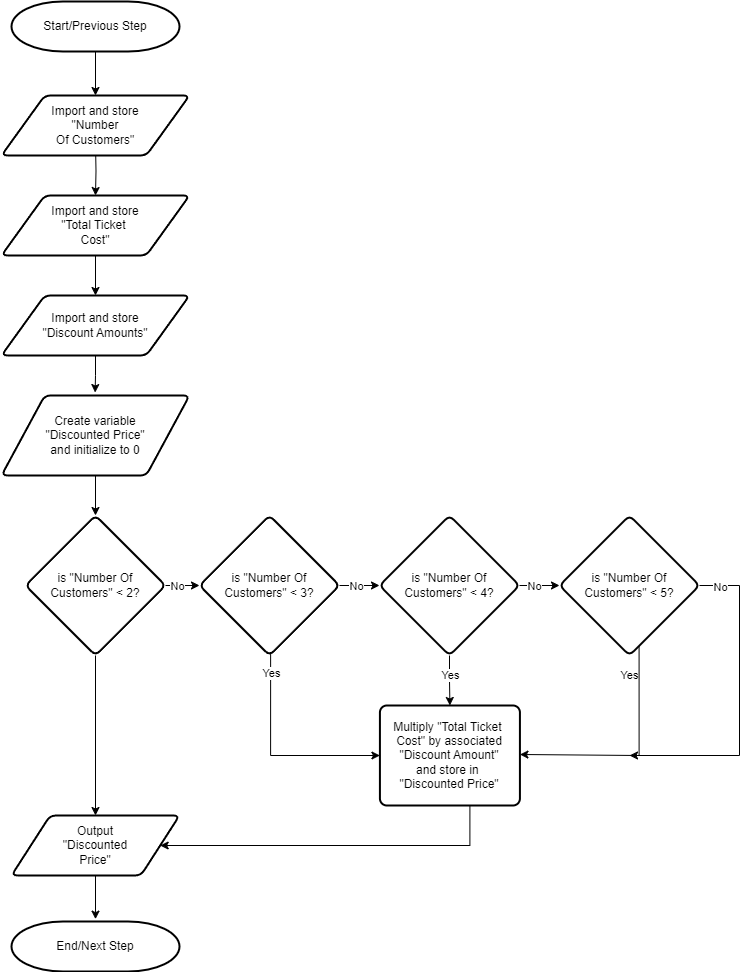
Above: APS145NFF/W5/logic3-Luca Novello_part3.png in lucanovello/Winter-2024 (draw.io), before the change. Source tidied: cells renumbered, new cells last; positions are measured from the earlier drawing's top-left corner, leaving out a move shared by most shapes.
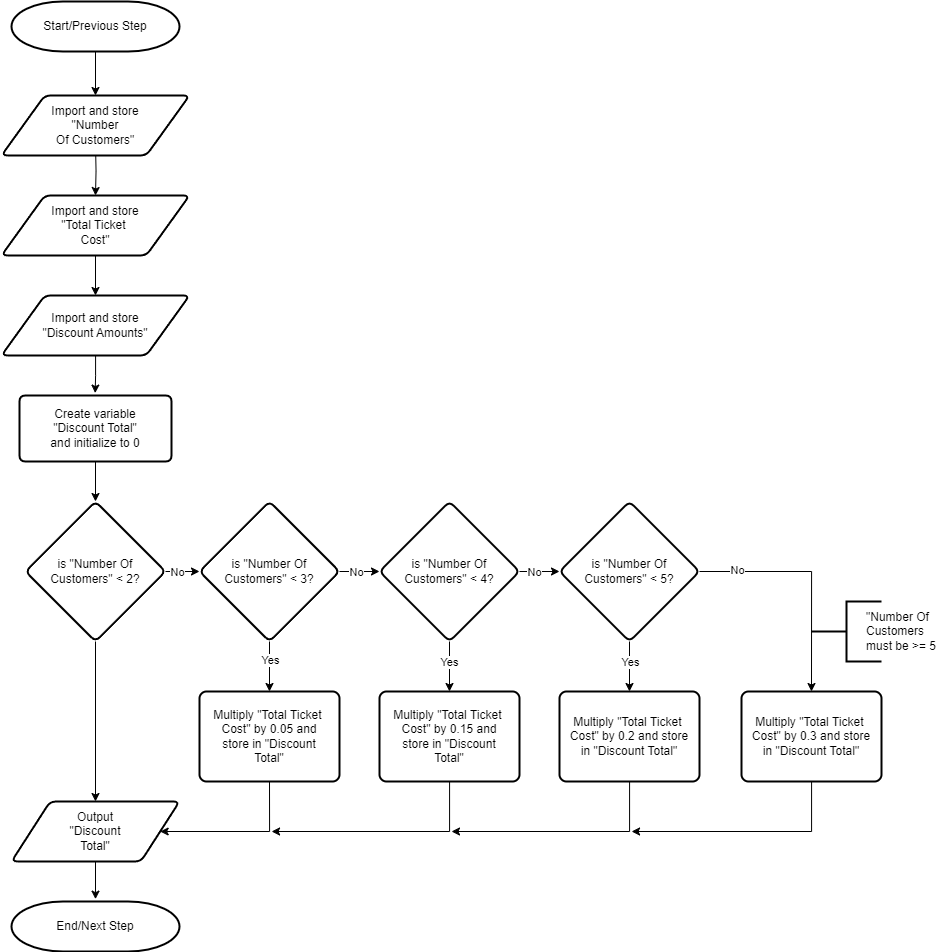
The same diagram one commit later.

Change to the diagram source:
```diff
@@ -31,16 +31,8 @@
       </mxGeometry>
     </mxCell>
     <mxCell id="10" value="&lt;p style=&quot;line-height: 120%;&quot;&gt;&lt;br&gt;is &quot;Number Of Customers&quot; &amp;lt; 2?&lt;br&gt;&amp;nbsp;&lt;/p&gt;" style="rhombus;whiteSpace=wrap;html=1;strokeWidth=2;rounded=1;arcSize=12;verticalAlign=middle;horizontal=1;spacing=20;spacingBottom=5;spacingTop=5;spacingLeft=5;spacingRight=5;" parent="1" vertex="1">
-      <mxGeometry x="24" y="514" width="140" height="140" as="geometry" />
+      <mxGeometry x="24" y="500" width="140" height="140" as="geometry" />
     </mxCell>
-    <mxCell id="11" style="edgeStyle=orthogonalEdgeStyle;rounded=0;jettySize=auto;html=1;spacing=12;spacingTop=5;spacingBottom=5;spacingLeft=5;spacingRight=5;entryX=0.5;entryY=0;entryDx=0;entryDy=0;" parent="1" edge="1" source="15" target="31">
-      <mxGeometry relative="1" as="geometry" />
-    </mxCell>
-    <mxCell id="12" value="Yes" style="edgeLabel;html=1;align=center;verticalAlign=middle;spacing=12;spacingTop=5;spacingBottom=5;spacingLeft=5;spacingRight=5;" parent="11" vertex="1">
-      <mxGeometry x="-0.16" y="1" relative="1" as="geometry">
-        <mxPoint x="-1" y="-2" as="offset" />
-      </mxGeometry>
-    </mxCell>
     <mxCell id="13" style="edgeStyle=orthogonalEdgeStyle;rounded=0;jettySize=auto;html=1;entryX=0;entryY=0.5;entryDx=0;entryDy=0;spacing=12;spacingTop=5;spacingBottom=5;spacingLeft=5;spacingRight=5;" parent="1" edge="1" source="15" target="20">
       <mxGeometry relative="1" as="geometry" />
     </mxCell>
@@ -49,40 +41,29 @@
         <mxPoint x="-7" as="offset" />
       </mxGeometry>
     </mxCell>
+    <mxCell id="11" style="edgeStyle=orthogonalEdgeStyle;rounded=0;jettySize=auto;html=1;" parent="1" edge="1" source="15" target="31">
+      <mxGeometry relative="1" as="geometry" />
+    </mxCell>
+    <mxCell id="36" value="Yes" style="edgeLabel;html=1;align=center;verticalAlign=middle;" parent="11" vertex="1">
+      <mxGeometry x="-0.19" y="-1" relative="1" as="geometry" />
+    </mxCell>
     <mxCell id="15" value="&lt;p style=&quot;line-height: 120%;&quot;&gt;&lt;br&gt;is &quot;Number Of Customers&quot; &amp;lt; 4?&lt;br&gt;&amp;nbsp;&lt;/p&gt;" style="rhombus;whiteSpace=wrap;html=1;strokeWidth=2;rounded=1;arcSize=12;verticalAlign=middle;horizontal=1;spacing=20;spacingBottom=5;spacingTop=5;spacingLeft=5;spacingRight=5;" parent="1" vertex="1">
-      <mxGeometry x="378" y="514" width="140" height="140" as="geometry" />
+      <mxGeometry x="378" y="500" width="140" height="140" as="geometry" />
     </mxCell>
-    <mxCell id="16" style="edgeStyle=orthogonalEdgeStyle;rounded=0;orthogonalLoop=1;jettySize=auto;html=1;spacing=12;spacingTop=5;spacingBottom=5;spacingLeft=5;spacingRight=5;entryX=1.006;entryY=0.59;entryDx=0;entryDy=0;entryPerimeter=0;" parent="1" edge="1">
-      <mxGeometry relative="1" as="geometry">
-        <mxPoint x="637.6" y="634" as="sourcePoint" />
-        <mxPoint x="518.4" y="753" as="targetPoint" />
-        <Array as="points">
-          <mxPoint x="638" y="754" />
-          <mxPoint x="518" y="754" />
-        </Array>
-      </mxGeometry>
-    </mxCell>
-    <mxCell id="17" value="Yes" style="edgeLabel;html=1;align=center;verticalAlign=middle;spacing=12;spacingTop=5;spacingBottom=5;spacingLeft=5;spacingRight=5;" parent="16" vertex="1">
-      <mxGeometry x="-0.16" y="1" relative="1" as="geometry">
-        <mxPoint x="-11" y="-61" as="offset" />
-      </mxGeometry>
-    </mxCell>
-    <mxCell id="18" style="edgeStyle=orthogonalEdgeStyle;rounded=0;jettySize=auto;html=1;spacing=12;spacingTop=5;spacingBottom=5;spacingLeft=5;spacingRight=5;" parent="1" edge="1" source="20">
-      <mxGeometry relative="1" as="geometry">
-        <mxPoint x="628" y="754" as="targetPoint" />
-        <Array as="points">
-          <mxPoint x="738" y="584" />
-          <mxPoint x="738" y="754" />
-        </Array>
-      </mxGeometry>
-    </mxCell>
+    <mxCell id="37" style="edgeStyle=orthogonalEdgeStyle;rounded=0;jettySize=auto;html=1;" parent="1" edge="1" source="20" target="46">
+      <mxGeometry relative="1" as="geometry" />
+    </mxCell>
+    <mxCell id="38" value="Yes" style="edgeLabel;html=1;align=center;verticalAlign=middle;" parent="37" vertex="1">
+      <mxGeometry x="-0.19" relative="1" as="geometry" />
+    </mxCell>
+    <mxCell id="39" style="edgeStyle=orthogonalEdgeStyle;rounded=0;jettySize=auto;html=1;entryX=0.5;entryY=0;entryDx=0;entryDy=0;" parent="1" edge="1" source="20" target="48">
+      <mxGeometry relative="1" as="geometry" />
+    </mxCell>
-    <mxCell id="19" value="No" style="edgeLabel;html=1;align=center;verticalAlign=middle;spacing=12;spacingTop=5;spacingBottom=5;spacingLeft=5;spacingRight=5;" parent="18" vertex="1">
-      <mxGeometry x="0.07" relative="1" as="geometry">
-        <mxPoint x="-20" y="-130" as="offset" />
-      </mxGeometry>
+    <mxCell id="19" value="No" style="edgeLabel;html=1;align=center;verticalAlign=middle;" parent="39" vertex="1">
+      <mxGeometry x="-0.68" y="2" relative="1" as="geometry" />
     </mxCell>
     <mxCell id="20" value="&lt;p style=&quot;line-height: 120%;&quot;&gt;&lt;br&gt;is &quot;Number Of Customers&quot; &amp;lt; 5?&lt;br&gt;&amp;nbsp;&lt;/p&gt;" style="rhombus;whiteSpace=wrap;html=1;strokeWidth=2;rounded=1;arcSize=12;verticalAlign=middle;horizontal=1;spacing=20;spacingBottom=5;spacingTop=5;spacingLeft=5;spacingRight=5;" parent="1" vertex="1">
-      <mxGeometry x="558" y="514" width="140" height="140" as="geometry" />
+      <mxGeometry x="558" y="500" width="140" height="140" as="geometry" />
     </mxCell>
     <mxCell id="21" style="edgeStyle=orthogonalEdgeStyle;rounded=0;jettySize=auto;html=1;entryX=0;entryY=0.5;entryDx=0;entryDy=0;spacing=12;spacingTop=5;spacingBottom=5;spacingLeft=5;spacingRight=5;" parent="1" edge="1" source="25" target="15">
       <mxGeometry relative="1" as="geometry" />
@@ -92,44 +73,45 @@
         <mxPoint x="-5" as="offset" />
       </mxGeometry>
     </mxCell>
-    <mxCell id="23" style="edgeStyle=orthogonalEdgeStyle;rounded=0;jettySize=auto;html=1;entryX=0;entryY=0.5;entryDx=0;entryDy=0;" parent="1" edge="1" target="31">
-      <mxGeometry relative="1" as="geometry">
-        <mxPoint x="269.1" y="644" as="sourcePoint" />
-        <Array as="points">
-          <mxPoint x="269" y="754" />
-        </Array>
-      </mxGeometry>
-    </mxCell>
-    <mxCell id="24" value="Yes" style="edgeLabel;html=1;align=center;verticalAlign=middle;" parent="23" vertex="1">
-      <mxGeometry x="-0.74" y="-1" relative="1" as="geometry">
-        <mxPoint x="1" y="-1" as="offset" />
-      </mxGeometry>
-    </mxCell>
+    <mxCell id="40" style="edgeStyle=orthogonalEdgeStyle;rounded=0;jettySize=auto;html=1;" parent="1" edge="1" source="25" target="44">
+      <mxGeometry relative="1" as="geometry" />
+    </mxCell>
+    <mxCell id="41" value="Yes" style="edgeLabel;html=1;align=center;verticalAlign=middle;" parent="40" vertex="1">
+      <mxGeometry x="-0.25" relative="1" as="geometry" />
+    </mxCell>
     <mxCell id="25" value="&lt;p style=&quot;line-height: 120%;&quot;&gt;&lt;br&gt;is &quot;Number Of Customers&quot;&amp;nbsp;&amp;lt; 3?&lt;br&gt;&amp;nbsp;&lt;/p&gt;" style="rhombus;whiteSpace=wrap;html=1;strokeWidth=2;rounded=1;arcSize=12;verticalAlign=middle;horizontal=1;spacing=20;spacingBottom=5;spacingTop=5;spacingLeft=5;spacingRight=5;" parent="1" vertex="1">
-      <mxGeometry x="198" y="514" width="140" height="140" as="geometry" />
+      <mxGeometry x="198" y="500" width="140" height="140" as="geometry" />
     </mxCell>
     <mxCell id="26" style="edgeStyle=orthogonalEdgeStyle;rounded=0;jettySize=auto;html=1;entryX=0.5;entryY=0;entryDx=0;entryDy=0;spacing=12;spacingTop=5;spacingBottom=5;spacingLeft=5;spacingRight=5;" parent="1" edge="1" source="27" target="10">
       <mxGeometry relative="1" as="geometry" />
     </mxCell>
-    <mxCell id="27" value="Create variable &quot;Discounted&amp;nbsp;Price&quot; and&amp;nbsp;initialize to 0" style="shape=parallelogram;html=1;strokeWidth=2;perimeter=parallelogramPerimeter;whiteSpace=wrap;rounded=1;arcSize=12;size=0.23;spacing=20;spacingTop=30;spacingBottom=30;spacingLeft=30;spacingRight=30;" parent="1" vertex="1">
-      <mxGeometry y="394" width="188" height="80" as="geometry" />
+    <mxCell id="27" value="Create variable &quot;Discount Total&quot; and&amp;nbsp;initialize to 0" style="shape=parallelogram;html=1;strokeWidth=2;perimeter=parallelogramPerimeter;whiteSpace=wrap;rounded=1;arcSize=12;size=0;spacing=20;spacingTop=0;spacingBottom=0;spacingLeft=0;spacingRight=0;" parent="1" vertex="1">
+      <mxGeometry x="18" y="394" width="152" height="66" as="geometry" />
     </mxCell>
     <mxCell id="28" style="edgeStyle=orthogonalEdgeStyle;rounded=0;jettySize=auto;html=1;entryX=0.5;entryY=-0.047;entryDx=0;entryDy=0;entryPerimeter=0;" parent="1" edge="1" source="29" target="35">
       <mxGeometry relative="1" as="geometry" />
     </mxCell>
-    <mxCell id="29" value="Output &quot;Discounted Price&quot;" style="shape=parallelogram;html=1;strokeWidth=2;perimeter=parallelogramPerimeter;whiteSpace=wrap;rounded=1;arcSize=12;size=0.23;spacing=20;spacingTop=20;spacingBottom=20;spacingLeft=30;spacingRight=30;" parent="1" vertex="1">
-      <mxGeometry x="10" y="814" width="168" height="60" as="geometry" />
+    <mxCell id="29" value="Output &quot;Discount Total&quot;" style="shape=parallelogram;html=1;strokeWidth=2;perimeter=parallelogramPerimeter;whiteSpace=wrap;rounded=1;arcSize=12;size=0.23;spacing=20;spacingTop=20;spacingBottom=20;spacingLeft=30;spacingRight=30;" parent="1" vertex="1">
+      <mxGeometry x="10" y="800" width="168" height="60" as="geometry" />
     </mxCell>
-    <mxCell id="30" style="edgeStyle=orthogonalEdgeStyle;rounded=0;jettySize=auto;html=1;entryX=1;entryY=0.5;entryDx=0;entryDy=0;" parent="1" edge="1" target="29">
+    <mxCell id="30" style="edgeStyle=orthogonalEdgeStyle;rounded=0;jettySize=auto;html=1;entryX=1;entryY=0.5;entryDx=0;entryDy=0;exitX=0.5;exitY=1;exitDx=0;exitDy=0;" parent="1" edge="1" source="44" target="29">
       <mxGeometry relative="1" as="geometry">
-        <mxPoint x="468.4" y="744" as="sourcePoint" />
         <Array as="points">
-          <mxPoint x="468" y="844" />
+          <mxPoint x="268" y="830" />
         </Array>
       </mxGeometry>
     </mxCell>
+    <mxCell id="42" style="edgeStyle=orthogonalEdgeStyle;rounded=0;jettySize=auto;html=1;" parent="1" edge="1" source="31">
+      <mxGeometry relative="1" as="geometry">
+        <mxPoint x="270" y="830" as="targetPoint" />
+        <Array as="points">
+          <mxPoint x="448" y="830" />
+          <mxPoint x="270" y="830" />
+        </Array>
+      </mxGeometry>
+    </mxCell>
-    <mxCell id="31" value="Multiply &quot;Total Ticket&amp;nbsp; Cost&quot; by associated &quot;Discount Amount&quot; and store in&amp;nbsp; &quot;Discounted Price&quot;" style="rounded=1;whiteSpace=wrap;html=1;absoluteArcSize=1;arcSize=14;strokeWidth=2;spacing=10;spacingTop=0;spacingBottom=0;spacingLeft=0;spacingRight=0;" parent="1" vertex="1">
-      <mxGeometry x="378.4" y="704" width="140" height="100" as="geometry" />
+    <mxCell id="31" value="Multiply &quot;Total Ticket&amp;nbsp; Cost&quot; by 0.15 and store in &quot;Discount Total&quot;" style="rounded=1;whiteSpace=wrap;html=1;absoluteArcSize=1;arcSize=14;strokeWidth=2;spacing=10;spacingTop=0;spacingBottom=0;spacingLeft=0;spacingRight=0;" parent="1" vertex="1">
+      <mxGeometry x="378" y="690" width="140" height="90" as="geometry" />
     </mxCell>
     <mxCell id="32" style="edgeStyle=orthogonalEdgeStyle;rounded=0;jettySize=auto;html=1;entryX=0.498;entryY=-0.037;entryDx=0;entryDy=0;entryPerimeter=0;" parent="1" edge="1" source="33" target="27">
       <mxGeometry relative="1" as="geometry" />
@@ -141,7 +123,36 @@
       <mxGeometry relative="1" as="geometry" />
     </mxCell>
     <mxCell id="35" value="End/Next Step" style="strokeWidth=2;html=1;shape=mxgraph.flowchart.terminator;whiteSpace=wrap;spacing=20;spacingTop=5;spacingBottom=5;spacingLeft=5;spacingRight=5;" parent="1" vertex="1">
-      <mxGeometry x="10" y="920" width="168" height="50" as="geometry" />
+      <mxGeometry x="10" y="900" width="168" height="50" as="geometry" />
     </mxCell>
+    <mxCell id="43" value="&quot;Number Of Customers must be &gt;= 5" style="strokeWidth=2;shape=mxgraph.flowchart.annotation_2;align=left;labelPosition=right;spacingRight=0;spacing=0;verticalLabelPosition=middle;verticalAlign=middle;spacingLeft=-15;fixedWidth=0;movableLabel=1;labelPadding=0;overflow=visible;perimeterSpacing=0;whiteSpace=wrap;html=1;spacingTop=10;spacingBottom=10;" parent="1" vertex="1">
+      <mxGeometry x="810" y="600" width="70" height="60" as="geometry" />
+    </mxCell>
+    <mxCell id="44" value="Multiply &quot;Total Ticket&amp;nbsp; Cost&quot; by 0.05 and store in &quot;Discount Total&quot;" style="rounded=1;whiteSpace=wrap;html=1;absoluteArcSize=1;arcSize=14;strokeWidth=2;spacing=10;spacingTop=0;spacingBottom=0;spacingLeft=0;spacingRight=0;" parent="1" vertex="1">
+      <mxGeometry x="198" y="690" width="140" height="90" as="geometry" />
+    </mxCell>
+    <mxCell id="45" style="edgeStyle=orthogonalEdgeStyle;rounded=0;jettySize=auto;html=1;" parent="1" edge="1" source="46">
+      <mxGeometry relative="1" as="geometry">
+        <mxPoint x="450" y="830" as="targetPoint" />
+        <Array as="points">
+          <mxPoint x="628" y="830" />
+        </Array>
+      </mxGeometry>
+    </mxCell>
+    <mxCell id="46" value="Multiply &quot;Total Ticket&amp;nbsp; Cost&quot; by 0.2 and store in &quot;Discount Total&quot;" style="rounded=1;whiteSpace=wrap;html=1;absoluteArcSize=1;arcSize=14;strokeWidth=2;spacing=10;spacingTop=0;spacingBottom=0;spacingLeft=0;spacingRight=0;" parent="1" vertex="1">
+      <mxGeometry x="558" y="690" width="140" height="90" as="geometry" />
+    </mxCell>
+    <mxCell id="47" style="edgeStyle=orthogonalEdgeStyle;rounded=0;jettySize=auto;html=1;" parent="1" edge="1" source="48">
+      <mxGeometry relative="1" as="geometry">
+        <mxPoint x="630" y="830" as="targetPoint" />
+        <Array as="points">
+          <mxPoint x="810" y="830" />
+          <mxPoint x="630" y="830" />
+        </Array>
+      </mxGeometry>
+    </mxCell>
+    <mxCell id="48" value="Multiply &quot;Total Ticket&amp;nbsp; Cost&quot; by 0.3 and store in &quot;Discount Total&quot;" style="rounded=1;whiteSpace=wrap;html=1;absoluteArcSize=1;arcSize=14;strokeWidth=2;spacing=10;spacingTop=0;spacingBottom=0;spacingLeft=0;spacingRight=0;" parent="1" vertex="1">
+      <mxGeometry x="740" y="690" width="140" height="90" as="geometry" />
+    </mxCell>
   </root>
 </mxGraphModel>
```
